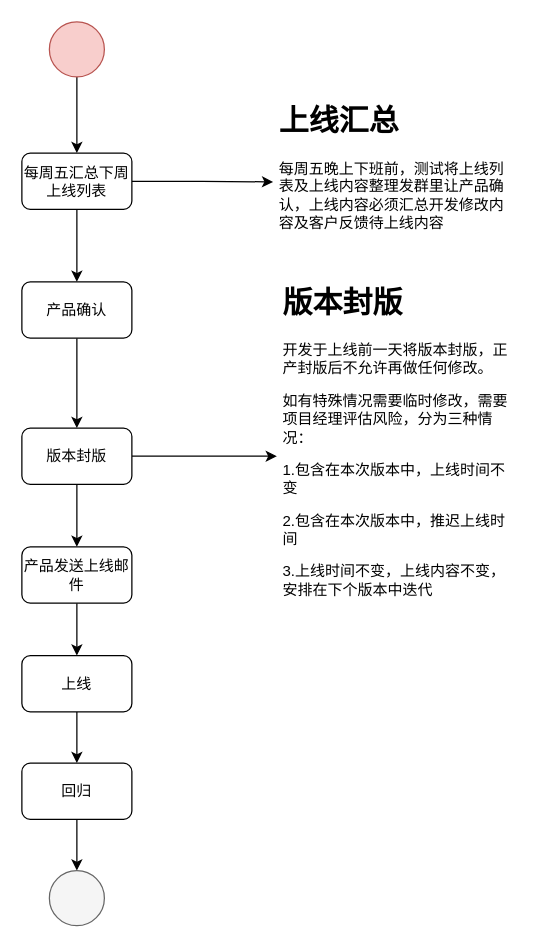
This is 蕴业上线流程规范.drawio from ammengke/my-drawio, a draw.io file, before an edit. Source tidied: cells renumbered, new cells numbered last; positions are measured from the earlier drawing's top-left corner, leaving out a move shared by most shapes. Both pictures are drawn from the tidied source at 125%, with x=0, y=0 at pixel (21, 21).
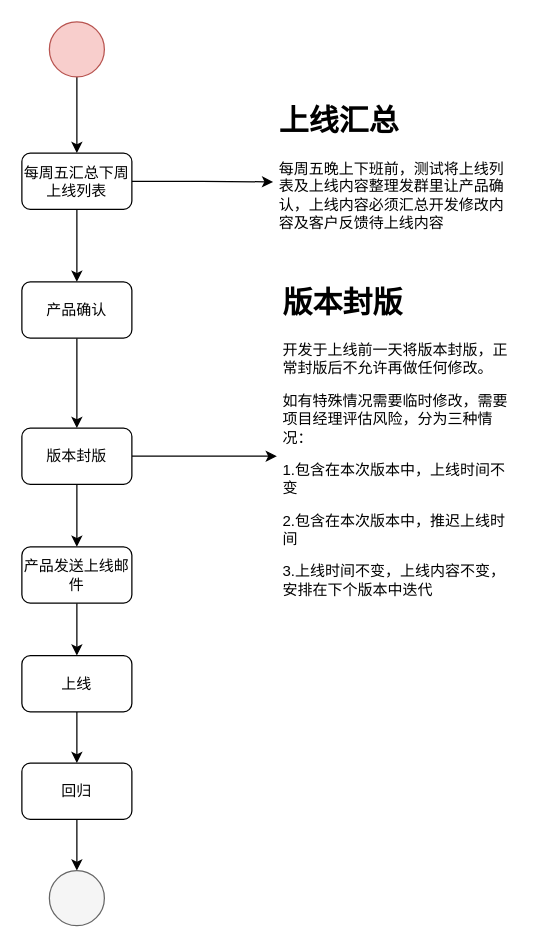
The same page after the edit.

Commit message (it also covers changes not shown here):
更新蕴业上线流程规范.drawio

What changed in the source:
```diff
@@
-    <mxCell id="13" value="&lt;h1&gt;版本封版&lt;/h1&gt;&lt;p&gt;开发于上线前一天将版本封版，正产封版后不允许再做任何修改。&lt;/p&gt;&lt;p&gt;如有特殊情况需要临时修改，需要项目经理评估风险，分为三种情况：&lt;/p&gt;&lt;p&gt;1.包含在本次版本中，上线时间不变&lt;/p&gt;&lt;p&gt;2.包含在本次版本中，推迟上线时间&lt;/p&gt;&lt;p&gt;3.上线时间不变，上线内容不变，安排在下个版本中迭代&lt;/p&gt;" style="text;html=1;strokeColor=none;fillColor=none;spacing=5;spacingTop=-20;whiteSpace=wrap;overflow=hidden;rounded=0;" parent="1" vertex="1">
+    <mxCell id="13" value="&lt;h1&gt;版本封版&lt;/h1&gt;&lt;p&gt;开发于上线前一天将版本封版，正常封版后不允许再做任何修改。&lt;/p&gt;&lt;p&gt;如有特殊情况需要临时修改，需要项目经理评估风险，分为三种情况：&lt;/p&gt;&lt;p&gt;1.包含在本次版本中，上线时间不变&lt;/p&gt;&lt;p&gt;2.包含在本次版本中，推迟上线时间&lt;/p&gt;&lt;p&gt;3.上线时间不变，上线内容不变，安排在下个版本中迭代&lt;/p&gt;" style="text;html=1;strokeColor=none;fillColor=none;spacing=5;spacingTop=-20;whiteSpace=wrap;overflow=hidden;rounded=0;" parent="1" vertex="1">
       <mxGeometry x="204" y="205.2" width="190" height="284.5" as="geometry" />
     </mxCell>
```
